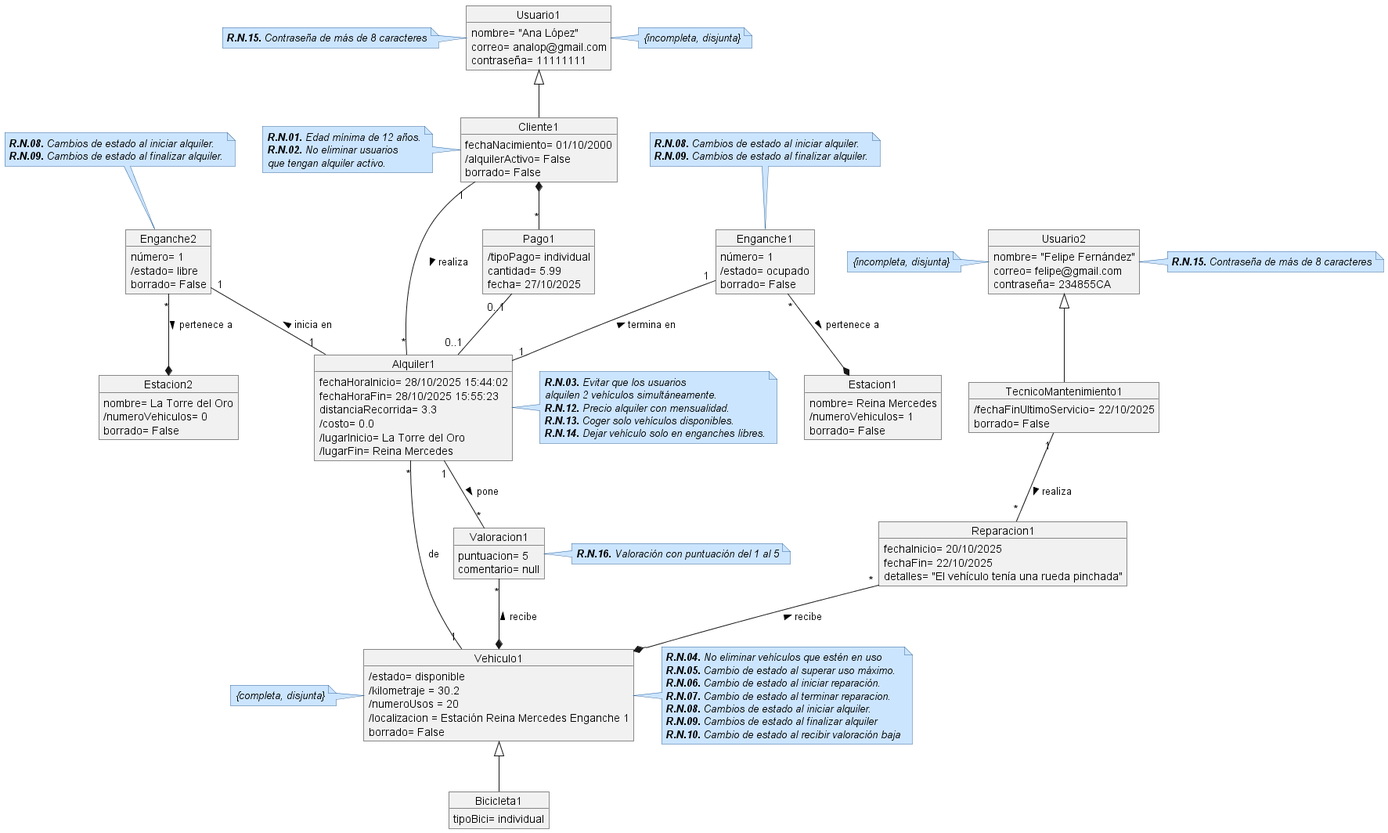
The PlantUML diagram modelos_conceptuales/EscenarioPruebas.png in VVF2245/EasyVPM-Database, before a commit.
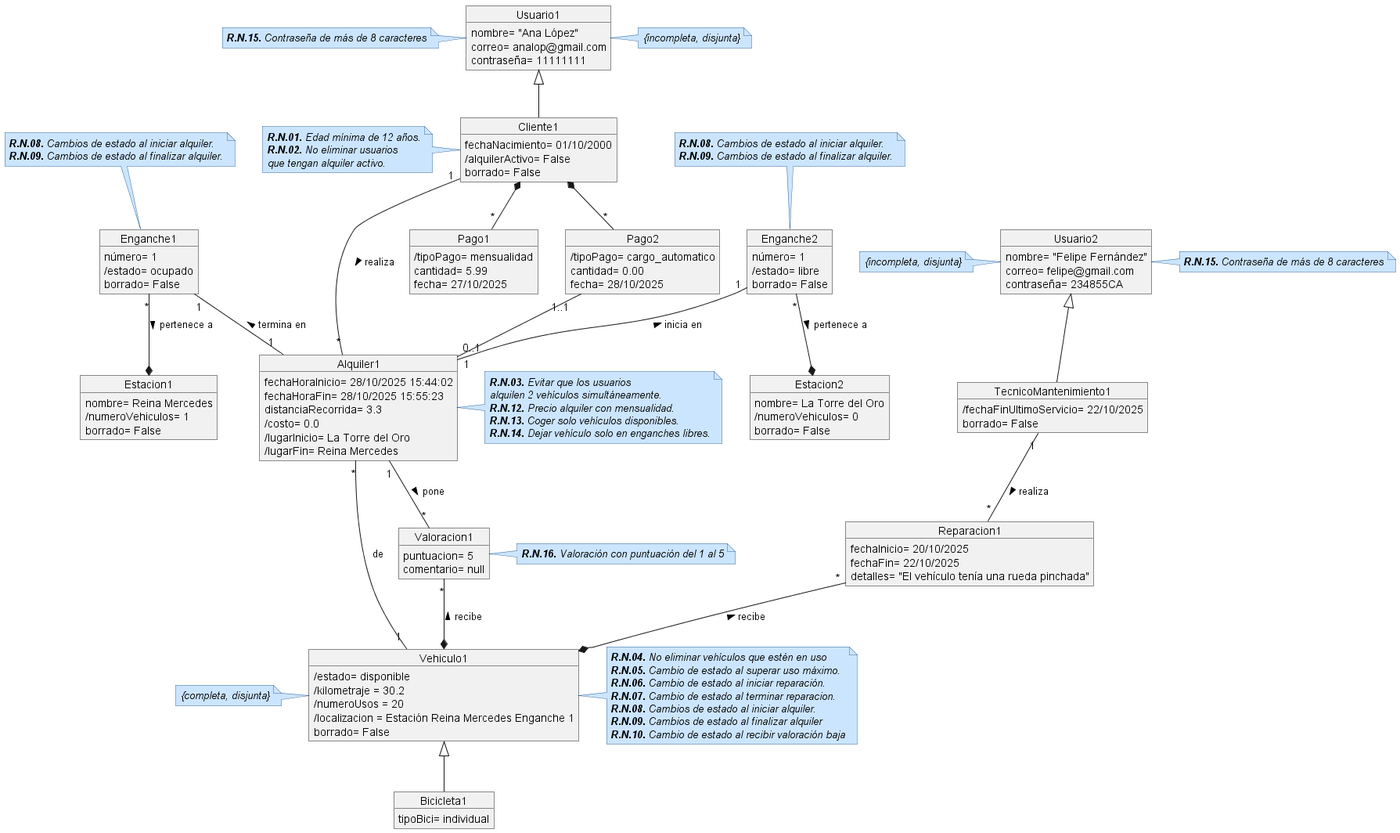
The same file after the commit.

Change to the diagram source:
```diff
@@ -39,9 +39,15 @@
 end note
 
 object Pago1 {
-    /tipoPago= individual
+    /tipoPago= mensualidad
     cantidad= 5.99
     fecha= 27/10/2025
+}
+
+object Pago2 {
+    /tipoPago= cargo_automatico
+    cantidad= 0.00
+    fecha= 28/10/2025
 }
 
 
@@ -160,7 +166,8 @@
 Alquiler1 "*"--"1" Vehiculo1: de
 
 Cliente1 *--"*" Pago1
-Pago1 "0..1"--"0..1" Alquiler1
+Cliente1 *--"*" Pago2
+Pago2 "1..1"--"0..1" Alquiler1
 
 Vehiculo1 <|-- Bicicleta1
 
```
